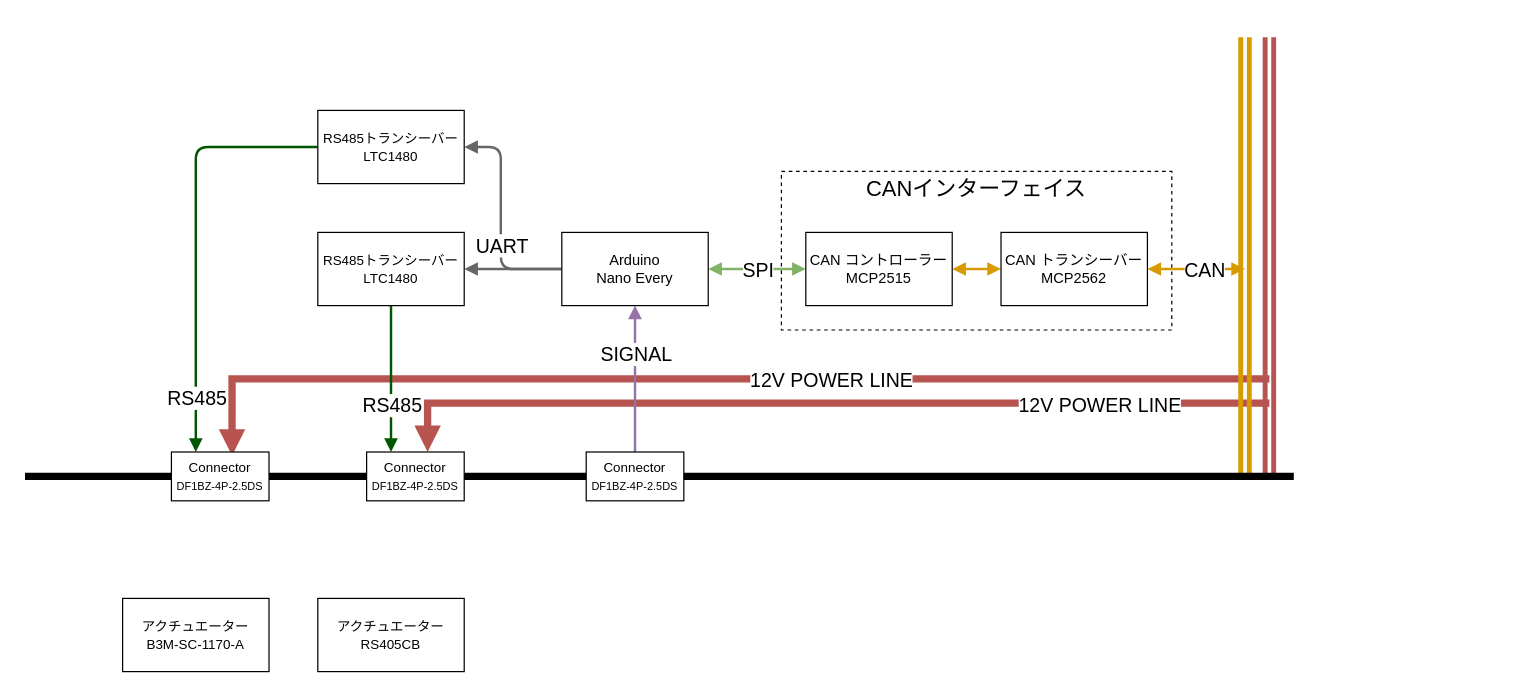
Above: Documents/Reports/Drawio/ValveSystem_BlockDiagram.drawio in tokai-student-rocket-project/H-58-Avionics (draw.io), before the change. Source tidied: cells renumbered, new cells numbered last; positions are measured from the earlier drawing's top-left corner, leaving out a move shared by most shapes. Both pictures are drawn from the tidied source at 122%, with x=0, y=0 at pixel (24, 37).
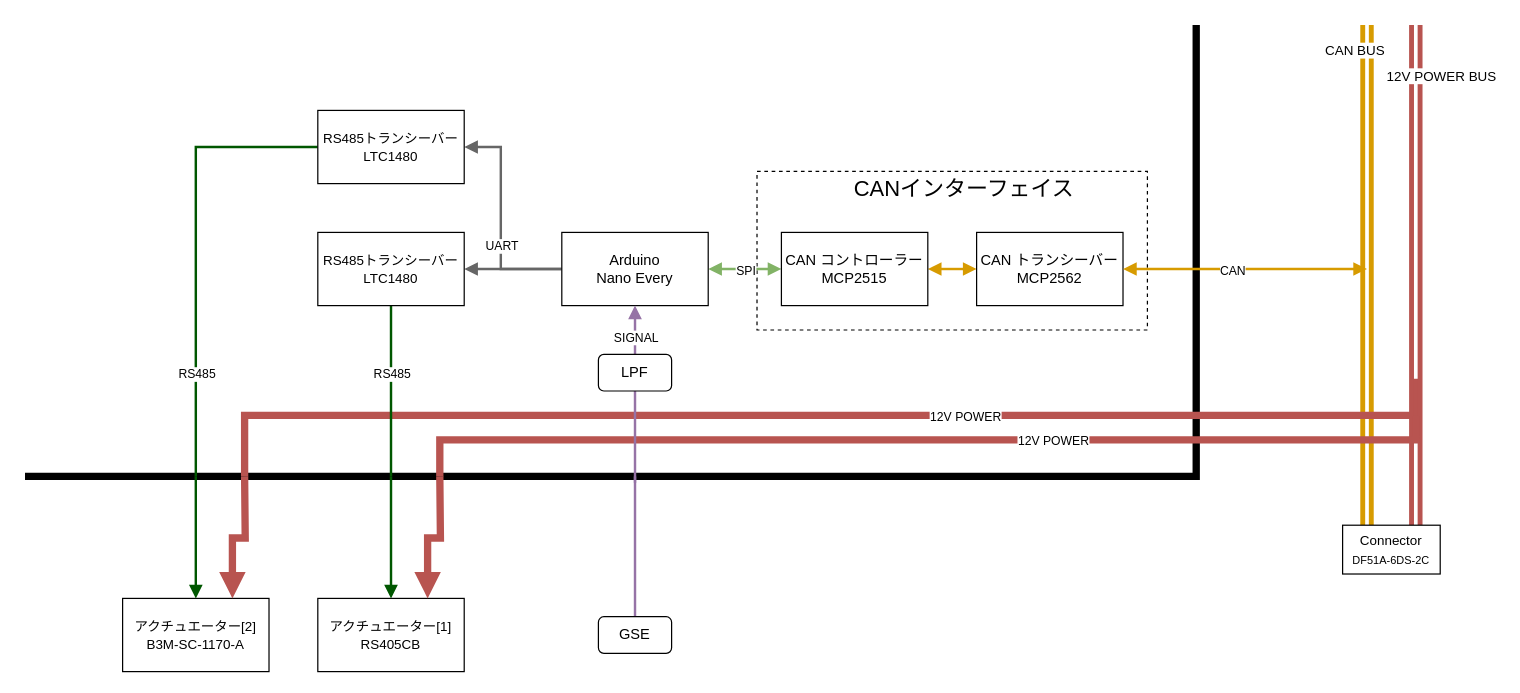
The same diagram, later.

Commit message (it also covers changes not shown here):
⚡️ ブロックダイアグラムを作成

The change refers to these unchanged cells:
```xml
<mxCell id="8" style="edgeStyle=none;html=1;entryX=0;entryY=0.5;entryDx=0;entryDy=0;strokeWidth=2;startArrow=block;startFill=1;endArrow=block;endFill=1;fillColor=#d5e8d4;strokeColor=#82b366;" parent="1" edge="1" source="15" target="17">
  <mxGeometry relative="1" as="geometry" />
</mxCell>
<mxCell id="15" value="Arduino&lt;br&gt;Nano Every" style="whiteSpace=wrap;html=1;" parent="1" vertex="1">
  <mxGeometry x="440" y="160" width="120" height="60" as="geometry" />
</mxCell>
<mxCell id="23" value="&lt;font style=&quot;font-size: 11px;&quot;&gt;RS485トランシーバー&lt;br&gt;LTC1480&lt;br&gt;&lt;/font&gt;" style="whiteSpace=wrap;html=1;" parent="1" vertex="1">
  <mxGeometry x="240" y="160" width="120" height="60" as="geometry" />
</mxCell>
<mxCell id="26" value="&lt;font style=&quot;font-size: 11px;&quot;&gt;RS485トランシーバー&lt;br&gt;LTC1480&lt;br&gt;&lt;/font&gt;" style="whiteSpace=wrap;html=1;" parent="1" vertex="1">
  <mxGeometry x="240" y="60" width="120" height="60" as="geometry" />
</mxCell>
```

Change to the diagram source:
```diff
@@
+    <mxCell id="6" style="edgeStyle=none;orthogonalLoop=1;jettySize=auto;html=1;shape=link;strokeWidth=4;fillColor=#ffe6cc;strokeColor=#d79b00;" parent="1" edge="1">
+      <mxGeometry relative="1" as="geometry">
+        <mxPoint x="1100" y="400" as="sourcePoint" />
+        <mxPoint x="1100" y="-10" as="targetPoint" />
+      </mxGeometry>
+    </mxCell>
+    <mxCell id="35" value="&amp;nbsp;CAN BUS&amp;nbsp;" style="edgeLabel;html=1;align=center;verticalAlign=middle;" parent="6" vertex="1">
+      <mxGeometry x="0.3" y="1" relative="1" as="geometry">
+        <mxPoint x="-10" y="-123" as="offset" />
+      </mxGeometry>
+    </mxCell>
+    <mxCell id="30" style="endArrow=none;html=1;rounded=0;strokeWidth=6;" parent="1" edge="1">
+      <mxGeometry relative="1" as="geometry">
+        <mxPoint y="360" as="sourcePoint" />
+        <mxPoint x="960" y="-10" as="targetPoint" />
+        <Array as="points">
+          <mxPoint x="960" y="360" />
+        </Array>
+      </mxGeometry>
+    </mxCell>
-    <mxCell id="2" style="edgeStyle=orthogonalEdgeStyle;rounded=0;jettySize=auto;html=1;endArrow=none;endFill=0;fillColor=#f8cecc;strokeColor=#b85450;strokeWidth=6;startArrow=block;startFill=1;exitX=0.621;exitY=0.075;exitDx=0;exitDy=0;exitPerimeter=0;" parent="1" edge="1" source="31">
+    <mxCell id="2" style="edgeStyle=orthogonalEdgeStyle;rounded=0;orthogonalLoop=1;jettySize=auto;html=1;endArrow=none;endFill=0;fillColor=#f8cecc;strokeColor=#b85450;strokeWidth=6;startArrow=none;startFill=0;" parent="1" edge="1">
       <mxGeometry relative="1" as="geometry">
-        <mxPoint x="1020" y="280" as="targetPoint" />
+        <mxPoint x="180" y="360" as="sourcePoint" />
+        <mxPoint x="1140" y="280" as="targetPoint" />
         <Array as="points">
-          <mxPoint x="170" y="280" />
-          <mxPoint x="1020" y="280" />
+          <mxPoint x="180" y="310" />
+          <mxPoint x="1140" y="310" />
         </Array>
       </mxGeometry>
     </mxCell>
+    <mxCell id="36" value="12V POWER" style="edgeLabel;html=1;align=center;verticalAlign=middle;fontSize=10;" parent="2" vertex="1">
+      <mxGeometry x="0.23" y="-1" relative="1" as="geometry">
+        <mxPoint y="-1" as="offset" />
+      </mxGeometry>
+    </mxCell>
     <mxCell id="3" style="endArrow=none;html=1;rounded=0;shape=link;fillColor=#f8cecc;strokeColor=#b85450;strokeWidth=4;" parent="1" edge="1">
       <mxGeometry relative="1" as="geometry">
-        <mxPoint x="1020" y="360" as="sourcePoint" />
-        <mxPoint x="1020" as="targetPoint" />
+        <mxPoint x="1140" y="400" as="sourcePoint" />
+        <mxPoint x="1140" y="-10" as="targetPoint" />
       </mxGeometry>
     </mxCell>
+    <mxCell id="37" value="&amp;nbsp;12V POWER BUS&amp;nbsp;" style="edgeLabel;html=1;align=center;verticalAlign=middle;" parent="3" vertex="1">
+      <mxGeometry x="0.57" y="-3" relative="1" as="geometry">
+        <mxPoint x="17" y="-47" as="offset" />
+      </mxGeometry>
+    </mxCell>
-    <mxCell id="4" style="edgeStyle=orthogonalEdgeStyle;rounded=0;orthogonalLoop=1;jettySize=auto;html=1;endArrow=none;endFill=0;fillColor=#f8cecc;strokeColor=#b85450;strokeWidth=6;startArrow=block;startFill=1;" parent="1" edge="1">
+    <mxCell id="4" style="edgeStyle=orthogonalEdgeStyle;rounded=0;orthogonalLoop=1;jettySize=auto;html=1;endArrow=none;endFill=0;fillColor=#f8cecc;strokeColor=#b85450;strokeWidth=6;startArrow=none;startFill=0;" parent="1" edge="1">
       <mxGeometry relative="1" as="geometry">
-        <mxPoint x="330" y="340" as="sourcePoint" />
-        <mxPoint x="1020" y="300" as="targetPoint" />
+        <mxPoint x="340" y="360" as="sourcePoint" />
+        <mxPoint x="1140" y="310" as="targetPoint" />
         <Array as="points">
-          <mxPoint x="330" y="300" />
-          <mxPoint x="1020" y="300" />
+          <mxPoint x="340" y="330" />
+          <mxPoint x="1140" y="330" />
         </Array>
       </mxGeometry>
     </mxCell>
-    <mxCell id="5" value="12V POWER LINE" style="edgeLabel;html=1;align=center;verticalAlign=middle;fontSize=16;" parent="4" vertex="1">
-      <mxGeometry x="-0.07" y="-1" relative="1" as="geometry">
-        <mxPoint x="251" as="offset" />
-      </mxGeometry>
-    </mxCell>
-    <mxCell id="6" style="edgeStyle=none;orthogonalLoop=1;jettySize=auto;html=1;shape=link;strokeWidth=4;fillColor=#ffe6cc;strokeColor=#d79b00;" parent="1" edge="1">
-      <mxGeometry relative="1" as="geometry">
-        <mxPoint x="1000" y="360" as="sourcePoint" />
-        <mxPoint x="1000" as="targetPoint" />
-      </mxGeometry>
-    </mxCell>
+    <mxCell id="38" value="12V POWER" style="edgeLabel;html=1;align=center;verticalAlign=middle;fontSize=10;" parent="4" vertex="1">
+      <mxGeometry x="0.33" y="-4" relative="1" as="geometry">
+        <mxPoint x="-33" y="-4" as="offset" />
+      </mxGeometry>
+    </mxCell>
     <mxCell id="7" style="rounded=0;whiteSpace=wrap;html=1;dashed=1;" parent="1" vertex="1">
-      <mxGeometry x="620" y="110" width="320" height="130" as="geometry" />
+      <mxGeometry x="600" y="110" width="320" height="130" as="geometry" />
     </mxCell>
@@
-    <mxCell id="9" value="SPI" style="edgeLabel;html=1;align=center;verticalAlign=middle;fontSize=16;" parent="8" vertex="1">
+    <mxCell id="9" value="SPI" style="edgeLabel;html=1;align=center;verticalAlign=middle;fontSize=10;" parent="8" vertex="1">
       <mxGeometry x="0.2" relative="1" as="geometry">
-        <mxPoint x="-8" as="offset" />
+        <mxPoint x="-6" as="offset" />
       </mxGeometry>
     </mxCell>
@@
-    <mxCell id="11" style="edgeStyle=elbowEdgeStyle;html=1;entryX=1;entryY=0.5;entryDx=0;entryDy=0;strokeWidth=2;fontSize=11;startArrow=none;startFill=0;endArrow=block;endFill=1;fillColor=#f5f5f5;strokeColor=#666666;" parent="1" edge="1" source="15" target="26">
+    <mxCell id="11" style="edgeStyle=elbowEdgeStyle;html=1;entryX=1;entryY=0.5;entryDx=0;entryDy=0;strokeWidth=2;fontSize=11;startArrow=none;startFill=0;endArrow=block;endFill=1;fillColor=#f5f5f5;strokeColor=#666666;rounded=0;" parent="1" edge="1" source="15" target="26">
       <mxGeometry relative="1" as="geometry">
         <Array as="points">
           <mxPoint x="390" y="140" />
         </Array>
       </mxGeometry>
     </mxCell>
-    <mxCell id="12" value="UART" style="edgeLabel;html=1;align=center;verticalAlign=middle;fontSize=16;" parent="11" vertex="1">
+    <mxCell id="12" value="UART" style="edgeLabel;html=1;align=center;verticalAlign=middle;fontSize=10;" parent="11" vertex="1">
       <mxGeometry x="-0.13" relative="1" as="geometry">
         <mxPoint y="8" as="offset" />
       </mxGeometry>
     </mxCell>
-    <mxCell id="13" style="edgeStyle=elbowEdgeStyle;html=1;entryX=0.5;entryY=0;entryDx=0;entryDy=0;strokeWidth=2;fontSize=9;startArrow=block;startFill=1;endArrow=none;endFill=0;fillColor=#e1d5e7;strokeColor=#9673a6;" parent="1" edge="1" source="15" target="34">
-      <mxGeometry relative="1" as="geometry" />
+    <mxCell id="13" style="edgeStyle=elbowEdgeStyle;html=1;entryX=0.5;entryY=0;entryDx=0;entryDy=0;strokeWidth=2;fontSize=9;startArrow=none;startFill=1;endArrow=none;endFill=0;fillColor=#e1d5e7;strokeColor=#9673a6;" parent="1" edge="1" source="50">
+      <mxGeometry relative="1" as="geometry">
+        <mxPoint x="500" y="340" as="targetPoint" />
+        <Array as="points">
+          <mxPoint x="500" y="370" />
+        </Array>
+      </mxGeometry>
     </mxCell>
-    <mxCell id="14" value="&lt;font style=&quot;font-size: 16px;&quot;&gt;SIGNAL&lt;/font&gt;" style="edgeLabel;html=1;align=center;verticalAlign=middle;fontSize=9;" parent="13" vertex="1">
-      <mxGeometry x="-0.31" y="2" relative="1" as="geometry">
-        <mxPoint x="-2" y="-2" as="offset" />
-      </mxGeometry>
-    </mxCell>
@@
     <mxCell id="17" value="CAN コントローラー&lt;br&gt;MCP2515" style="whiteSpace=wrap;html=1;" parent="1" vertex="1">
-      <mxGeometry x="640" y="160" width="120" height="60" as="geometry" />
+      <mxGeometry x="620" y="160" width="120" height="60" as="geometry" />
     </mxCell>
-    <mxCell id="18" style="edgeStyle=none;html=1;strokeWidth=2;endArrow=block;endFill=1;fillColor=#ffe6cc;strokeColor=#d79b00;startArrow=block;startFill=1;" parent="1" edge="1" source="20">
-      <mxGeometry relative="1" as="geometry">
-        <mxPoint x="1000" y="190" as="targetPoint" />
-      </mxGeometry>
-    </mxCell>
-    <mxCell id="19" value="CAN" style="edgeLabel;html=1;align=center;verticalAlign=middle;fontSize=16;" parent="18" vertex="1">
-      <mxGeometry x="0.18" relative="1" as="geometry">
-        <mxPoint x="-1" as="offset" />
-      </mxGeometry>
-    </mxCell>
     <mxCell id="20" value="CAN トランシーバー&lt;br&gt;MCP2562" style="whiteSpace=wrap;html=1;" parent="1" vertex="1">
-      <mxGeometry x="800" y="160" width="120" height="60" as="geometry" />
+      <mxGeometry x="780" y="160" width="120" height="60" as="geometry" />
     </mxCell>
-    <mxCell id="21" style="edgeStyle=elbowEdgeStyle;html=1;strokeWidth=2;fontSize=11;startArrow=none;startFill=0;endArrow=block;endFill=1;fillColor=#008a00;strokeColor=#005700;entryX=0.25;entryY=0;entryDx=0;entryDy=0;" parent="1" edge="1" source="23" target="32">
-      <mxGeometry relative="1" as="geometry" />
+    <mxCell id="21" style="edgeStyle=elbowEdgeStyle;html=1;strokeWidth=2;fontSize=11;startArrow=none;startFill=0;endArrow=none;endFill=0;fillColor=#008a00;strokeColor=#005700;" parent="1" edge="1" source="23">
+      <mxGeometry relative="1" as="geometry">
+        <mxPoint x="300" y="360" as="targetPoint" />
+      </mxGeometry>
     </mxCell>
-    <mxCell id="22" value="RS485" style="edgeLabel;html=1;align=center;verticalAlign=middle;fontSize=16;" parent="21" vertex="1">
-      <mxGeometry x="-0.1" y="-1" relative="1" as="geometry">
-        <mxPoint x="1" y="27" as="offset" />
-      </mxGeometry>
-    </mxCell>
+    <mxCell id="39" value="RS485" style="edgeLabel;html=1;align=center;verticalAlign=middle;fontSize=10;" parent="21" vertex="1">
+      <mxGeometry x="0.12" relative="1" as="geometry">
+        <mxPoint y="-23" as="offset" />
+      </mxGeometry>
+    </mxCell>
@@
-    <mxCell id="24" style="edgeStyle=elbowEdgeStyle;html=1;strokeWidth=2;fontSize=11;startArrow=none;startFill=0;endArrow=block;endFill=1;fillColor=#008a00;strokeColor=#005700;" parent="1" edge="1" source="26">
+    <mxCell id="24" style="edgeStyle=elbowEdgeStyle;html=1;strokeWidth=2;fontSize=11;startArrow=none;startFill=0;endArrow=none;endFill=0;fillColor=#008a00;strokeColor=#005700;rounded=0;" parent="1" edge="1" source="26">
       <mxGeometry relative="1" as="geometry">
-        <mxPoint x="140" y="340" as="targetPoint" />
+        <mxPoint x="140" y="360" as="targetPoint" />
         <Array as="points">
           <mxPoint x="140" y="160" />
         </Array>
       </mxGeometry>
     </mxCell>
-    <mxCell id="25" value="RS485" style="edgeLabel;html=1;align=center;verticalAlign=middle;fontSize=16;" parent="24" vertex="1">
-      <mxGeometry x="0.44" y="-1" relative="1" as="geometry">
-        <mxPoint x="1" y="53" as="offset" />
-      </mxGeometry>
-    </mxCell>
+    <mxCell id="40" value="RS485" style="edgeLabel;html=1;align=center;verticalAlign=middle;fontSize=10;" parent="24" vertex="1">
+      <mxGeometry x="0.7" relative="1" as="geometry">
+        <mxPoint y="-30" as="offset" />
+      </mxGeometry>
+    </mxCell>
@@
     <mxCell id="27" value="CANインターフェイス" style="text;html=1;strokeColor=none;fillColor=none;align=center;verticalAlign=middle;whiteSpace=wrap;rounded=0;fontSize=18;" parent="1" vertex="1">
-      <mxGeometry x="620" y="110" width="320" height="30" as="geometry" />
+      <mxGeometry x="610" y="110" width="320" height="30" as="geometry" />
     </mxCell>
-    <mxCell id="28" value="&lt;font style=&quot;font-size: 11px;&quot;&gt;アクチュエーター&lt;br&gt;B3M-SC-1170-A&lt;br&gt;&lt;/font&gt;" style="whiteSpace=wrap;html=1;" parent="1" vertex="1">
+    <mxCell id="28" value="&lt;font style=&quot;font-size: 11px;&quot;&gt;アクチュエーター[2]&lt;br&gt;B3M-SC-1170-A&lt;br&gt;&lt;/font&gt;" style="whiteSpace=wrap;html=1;" parent="1" vertex="1">
       <mxGeometry x="80" y="460" width="120" height="60" as="geometry" />
     </mxCell>
-    <mxCell id="29" value="&lt;font style=&quot;font-size: 11px;&quot;&gt;アクチュエーター&lt;br&gt;RS405CB&lt;br&gt;&lt;/font&gt;" style="whiteSpace=wrap;html=1;" parent="1" vertex="1">
+    <mxCell id="29" value="&lt;font style=&quot;font-size: 11px;&quot;&gt;アクチュエーター[1]&lt;br&gt;RS405CB&lt;br&gt;&lt;/font&gt;" style="whiteSpace=wrap;html=1;" parent="1" vertex="1">
       <mxGeometry x="240" y="460" width="120" height="60" as="geometry" />
     </mxCell>
-    <mxCell id="30" style="endArrow=none;html=1;rounded=0;strokeWidth=6;" parent="1" edge="1">
-      <mxGeometry relative="1" as="geometry">
-        <mxPoint y="360" as="sourcePoint" />
-        <mxPoint x="1040" y="360" as="targetPoint" />
-      </mxGeometry>
-    </mxCell>
-    <mxCell id="31" value="&lt;font style=&quot;&quot;&gt;&lt;span style=&quot;font-size: 11px;&quot;&gt;Connector&lt;/span&gt;&lt;br&gt;&lt;font style=&quot;font-size: 9px;&quot;&gt;DF1BZ-4P-2.5DS&lt;/font&gt;&lt;br&gt;&lt;/font&gt;" style="rounded=0;whiteSpace=wrap;html=1;" parent="1" vertex="1">
-      <mxGeometry x="120" y="340" width="80" height="40" as="geometry" />
-    </mxCell>
-    <mxCell id="32" value="&lt;font style=&quot;&quot;&gt;&lt;span style=&quot;font-size: 11px;&quot;&gt;Connector&lt;/span&gt;&lt;br&gt;&lt;font style=&quot;font-size: 9px;&quot;&gt;DF1BZ-4P-2.5DS&lt;/font&gt;&lt;br&gt;&lt;/font&gt;" style="rounded=0;whiteSpace=wrap;html=1;" parent="1" vertex="1">
-      <mxGeometry x="280" y="340" width="80" height="40" as="geometry" />
-    </mxCell>
-    <mxCell id="33" value="12V POWER LINE" style="edgeLabel;html=1;align=center;verticalAlign=middle;fontSize=16;" parent="1" vertex="1">
-      <mxGeometry x="660" y="280" as="geometry" />
-    </mxCell>
-    <mxCell id="34" value="&lt;font style=&quot;&quot;&gt;&lt;span style=&quot;font-size: 11px;&quot;&gt;Connector&lt;/span&gt;&lt;br&gt;&lt;font style=&quot;font-size: 9px;&quot;&gt;DF1BZ-4P-2.5DS&lt;/font&gt;&lt;br&gt;&lt;/font&gt;" style="rounded=0;whiteSpace=wrap;html=1;" parent="1" vertex="1">
-      <mxGeometry x="460" y="340" width="80" height="40" as="geometry" />
-    </mxCell>
+    <mxCell id="41" style="edgeStyle=none;html=1;exitX=0.25;exitY=1;exitDx=0;exitDy=0;entryX=0.5;entryY=0;entryDx=0;entryDy=0;strokeWidth=2;endArrow=block;endFill=1;fillColor=#008a00;strokeColor=#005700;" parent="1" edge="1" target="28">
+      <mxGeometry relative="1" as="geometry">
+        <mxPoint x="140" y="360" as="sourcePoint" />
+      </mxGeometry>
+    </mxCell>
+    <mxCell id="42" style="edgeStyle=orthogonalEdgeStyle;html=1;exitX=0.75;exitY=1;exitDx=0;exitDy=0;entryX=0.75;entryY=0;entryDx=0;entryDy=0;strokeWidth=6;endArrow=block;endFill=1;fillColor=#f8cecc;strokeColor=#b85450;rounded=0;" parent="1" edge="1" target="28">
+      <mxGeometry relative="1" as="geometry">
+        <mxPoint x="180" y="360" as="sourcePoint" />
+      </mxGeometry>
+    </mxCell>
+    <mxCell id="43" style="edgeStyle=none;html=1;exitX=0.25;exitY=1;exitDx=0;exitDy=0;entryX=0.5;entryY=0;entryDx=0;entryDy=0;strokeWidth=2;endArrow=block;endFill=1;fillColor=#008a00;strokeColor=#005700;" parent="1" edge="1" target="29">
+      <mxGeometry relative="1" as="geometry">
+        <mxPoint x="300" y="360" as="sourcePoint" />
+      </mxGeometry>
+    </mxCell>
+    <mxCell id="44" style="edgeStyle=orthogonalEdgeStyle;html=1;exitX=0.75;exitY=1;exitDx=0;exitDy=0;strokeWidth=6;endArrow=block;endFill=1;fillColor=#f8cecc;strokeColor=#b85450;entryX=0.75;entryY=0;entryDx=0;entryDy=0;rounded=0;" parent="1" edge="1" target="29">
+      <mxGeometry relative="1" as="geometry">
+        <mxPoint x="340" y="360" as="sourcePoint" />
+      </mxGeometry>
+    </mxCell>
+    <mxCell id="45" style="edgeStyle=orthogonalEdgeStyle;html=1;entryX=0.5;entryY=1;entryDx=0;entryDy=0;strokeWidth=2;startArrow=none;startFill=0;endArrow=none;endFill=0;fillColor=#e1d5e7;strokeColor=#9673a6;" parent="1" edge="1" source="46">
+      <mxGeometry relative="1" as="geometry">
+        <mxPoint x="500" y="360" as="targetPoint" />
+      </mxGeometry>
+    </mxCell>
+    <mxCell id="46" value="GSE" style="rounded=1;whiteSpace=wrap;html=1;" parent="1" vertex="1">
+      <mxGeometry x="470" y="475" width="60" height="30" as="geometry" />
+    </mxCell>
+    <mxCell id="47" value="&lt;font style=&quot;&quot;&gt;&lt;span style=&quot;font-size: 11px;&quot;&gt;Connector&lt;/span&gt;&lt;br&gt;&lt;font style=&quot;font-size: 9px;&quot;&gt;DF51A-6DS-2C&lt;/font&gt;&lt;br&gt;&lt;/font&gt;" style="rounded=0;whiteSpace=wrap;html=1;" parent="1" vertex="1">
+      <mxGeometry x="1080" y="400" width="80" height="40" as="geometry" />
+    </mxCell>
+    <mxCell id="48" style="edgeStyle=none;html=1;strokeWidth=2;endArrow=block;endFill=1;fillColor=#ffe6cc;strokeColor=#d79b00;startArrow=block;startFill=1;exitX=1;exitY=0.5;exitDx=0;exitDy=0;" parent="1" edge="1" source="20">
+      <mxGeometry relative="1" as="geometry">
+        <mxPoint x="1100" y="190" as="targetPoint" />
+      </mxGeometry>
+    </mxCell>
+    <mxCell id="19" value="CAN" style="edgeLabel;html=1;align=center;verticalAlign=middle;fontSize=10;" parent="48" vertex="1">
+      <mxGeometry x="-0.11" relative="1" as="geometry" />
+    </mxCell>
+    <mxCell id="49" style="edgeStyle=elbowEdgeStyle;html=1;entryX=0.5;entryY=0;entryDx=0;entryDy=0;strokeWidth=2;fontSize=9;startArrow=block;startFill=1;endArrow=none;endFill=0;fillColor=#e1d5e7;strokeColor=#9673a6;" parent="1" edge="1" source="15" target="50">
+      <mxGeometry relative="1" as="geometry" />
+    </mxCell>
+    <mxCell id="14" value="&lt;font style=&quot;font-size: 10px;&quot;&gt;SIGNAL&lt;/font&gt;" style="edgeLabel;html=1;align=center;verticalAlign=middle;fontSize=9;" parent="49" vertex="1">
+      <mxGeometry x="-0.31" y="2" relative="1" as="geometry">
+        <mxPoint x="-2" y="11" as="offset" />
+      </mxGeometry>
+    </mxCell>
+    <mxCell id="50" value="LPF" style="rounded=1;whiteSpace=wrap;html=1;" parent="1" vertex="1">
+      <mxGeometry x="470" y="260" width="60" height="30" as="geometry" />
+    </mxCell>
```
